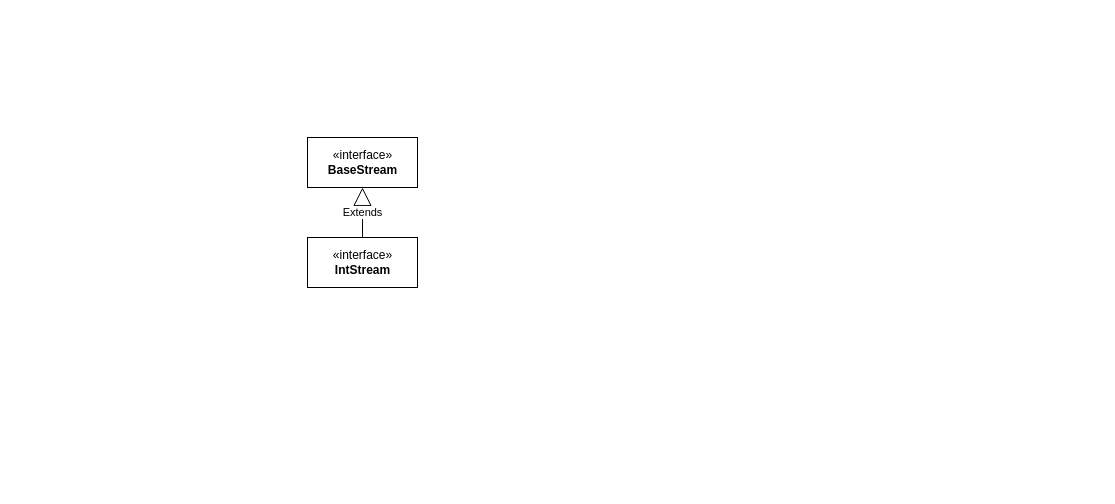
tadsimons/draw keeps this draw.io diagram as page "流" (16 of 16) of JDK.drawio. Above is the earlier version. Source tidied: cells renumbered, new cells numbered last; positions are measured from the earlier drawing's top-left corner, leaving out a move shared by most shapes. Both pictures are drawn from the tidied source at 100%, with x=0, y=0 at pixel (307, 137).
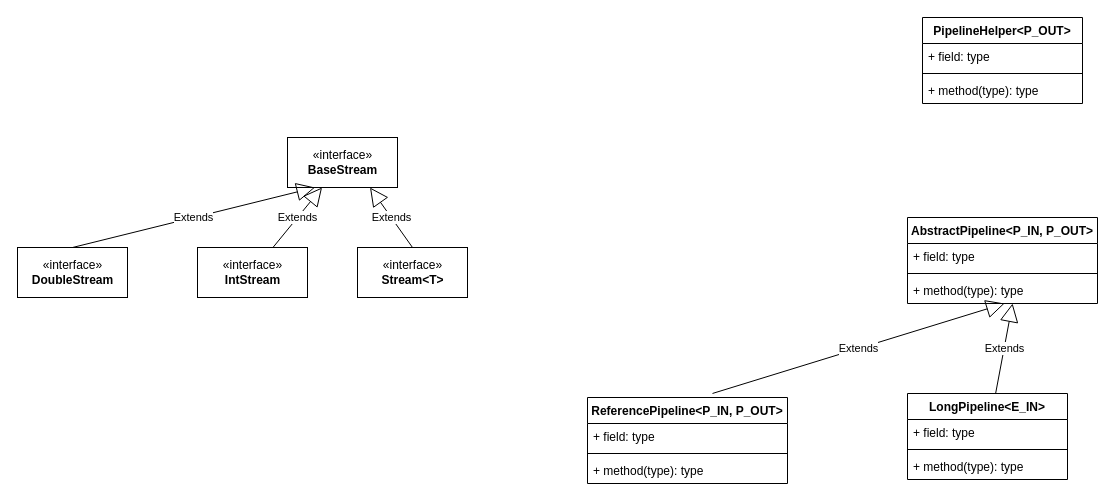
Above is the later version.

Diff of the diagram source:
```diff
@@
     <mxCell id="2" value="«interface»&lt;br&gt;&lt;b&gt;IntStream&lt;/b&gt;" style="html=1;" parent="1" vertex="1">
-      <mxGeometry y="100" width="110" height="50" as="geometry" />
+      <mxGeometry x="-110" y="110" width="110" height="50" as="geometry" />
     </mxCell>
     <mxCell id="3" value="«interface»&lt;br&gt;&lt;b&gt;BaseStream&lt;/b&gt;" style="html=1;" parent="1" vertex="1">
-      <mxGeometry width="110" height="50" as="geometry" />
+      <mxGeometry x="-20" width="110" height="50" as="geometry" />
     </mxCell>
@@
+    <mxCell id="5" value="«interface»&lt;br&gt;&lt;b&gt;Stream&amp;lt;T&amp;gt;&lt;/b&gt;" style="html=1;" parent="1" vertex="1">
+      <mxGeometry x="50" y="110" width="110" height="50" as="geometry" />
+    </mxCell>
+    <mxCell id="6" value="Extends" style="endArrow=block;endSize=16;endFill=0;html=1;entryX=0.75;entryY=1;entryDx=0;entryDy=0;exitX=0.5;exitY=0;exitDx=0;exitDy=0;" parent="1" edge="1" source="5" target="3">
+      <mxGeometry relative="1" as="geometry" />
+    </mxCell>
+    <mxCell id="7" value="«interface»&lt;br&gt;&lt;b&gt;DoubleStream&lt;/b&gt;" style="html=1;" parent="1" vertex="1">
+      <mxGeometry x="-290" y="110" width="110" height="50" as="geometry" />
+    </mxCell>
+    <mxCell id="8" value="Extends" style="endArrow=block;endSize=16;endFill=0;html=1;entryX=0.25;entryY=1;entryDx=0;entryDy=0;exitX=0.5;exitY=0;exitDx=0;exitDy=0;" parent="1" edge="1" source="7" target="3">
+      <mxGeometry relative="1" as="geometry" />
+    </mxCell>
+    <mxCell id="9" value="AbstractPipeline&lt;P_IN, P_OUT&gt;" style="swimlane;fontStyle=1;align=center;verticalAlign=top;horizontal=1;startSize=26;" parent="1" vertex="1">
+      <mxGeometry x="600" y="80" width="190" height="86" as="geometry" />
+    </mxCell>
+    <mxCell id="10" value="+ field: type" style="text;strokeColor=none;fillColor=none;align=left;verticalAlign=top;spacingLeft=4;spacingRight=4;overflow=hidden;" parent="9" vertex="1">
+      <mxGeometry y="26" width="190" height="26" as="geometry" />
+    </mxCell>
+    <mxCell id="11" style="line;strokeWidth=1;fillColor=none;align=left;verticalAlign=middle;spacingTop=-1;spacingLeft=3;spacingRight=3;labelPosition=right;" parent="9" vertex="1">
+      <mxGeometry y="52" width="190" height="8" as="geometry" />
+    </mxCell>
+    <mxCell id="12" value="+ method(type): type" style="text;strokeColor=none;fillColor=none;align=left;verticalAlign=top;spacingLeft=4;spacingRight=4;overflow=hidden;points=[[0,0.5],[1,0.5]];portConstraint=eastwest;" parent="9" vertex="1">
+      <mxGeometry y="60" width="190" height="26" as="geometry" />
+    </mxCell>
+    <mxCell id="13" value="ReferencePipeline&lt;P_IN, P_OUT&gt;" style="swimlane;fontStyle=1;align=center;verticalAlign=top;horizontal=1;startSize=26;" parent="1" vertex="1">
+      <mxGeometry x="280" y="260" width="200" height="86" as="geometry" />
+    </mxCell>
+    <mxCell id="14" value="+ field: type" style="text;strokeColor=none;fillColor=none;align=left;verticalAlign=top;spacingLeft=4;spacingRight=4;overflow=hidden;" parent="13" vertex="1">
+      <mxGeometry y="26" width="200" height="26" as="geometry" />
+    </mxCell>
+    <mxCell id="15" style="line;strokeWidth=1;fillColor=none;align=left;verticalAlign=middle;spacingTop=-1;spacingLeft=3;spacingRight=3;labelPosition=right;" parent="13" vertex="1">
+      <mxGeometry y="52" width="200" height="8" as="geometry" />
+    </mxCell>
+    <mxCell id="16" value="+ method(type): type" style="text;strokeColor=none;fillColor=none;align=left;verticalAlign=top;spacingLeft=4;spacingRight=4;overflow=hidden;" parent="13" vertex="1">
+      <mxGeometry y="60" width="200" height="26" as="geometry" />
+    </mxCell>
+    <mxCell id="17" value="Extends" style="endArrow=block;endSize=16;endFill=0;html=1;entryX=0.511;entryY=1;entryDx=0;entryDy=0;entryPerimeter=0;exitX=0.625;exitY=-0.047;exitDx=0;exitDy=0;exitPerimeter=0;" parent="1" edge="1" source="13" target="12">
+      <mxGeometry relative="1" as="geometry" />
+    </mxCell>
+    <mxCell id="18" value="PipelineHelper&lt;P_OUT&gt;" style="swimlane;fontStyle=1;align=center;verticalAlign=top;horizontal=1;startSize=26;" parent="1" vertex="1">
+      <mxGeometry x="615" y="-120" width="160" height="86" as="geometry" />
+    </mxCell>
+    <mxCell id="19" value="+ field: type" style="text;strokeColor=none;fillColor=none;align=left;verticalAlign=top;spacingLeft=4;spacingRight=4;overflow=hidden;" parent="18" vertex="1">
+      <mxGeometry y="26" width="160" height="26" as="geometry" />
+    </mxCell>
+    <mxCell id="20" style="line;strokeWidth=1;fillColor=none;align=left;verticalAlign=middle;spacingTop=-1;spacingLeft=3;spacingRight=3;labelPosition=right;" parent="18" vertex="1">
+      <mxGeometry y="52" width="160" height="8" as="geometry" />
+    </mxCell>
+    <mxCell id="21" value="+ method(type): type" style="text;strokeColor=none;fillColor=none;align=left;verticalAlign=top;spacingLeft=4;spacingRight=4;overflow=hidden;" parent="18" vertex="1">
+      <mxGeometry y="60" width="160" height="26" as="geometry" />
+    </mxCell>
+    <mxCell id="22" value="LongPipeline&lt;E_IN&gt;" style="swimlane;fontStyle=1;align=center;verticalAlign=top;horizontal=1;startSize=26;" parent="1" vertex="1">
+      <mxGeometry x="600" y="256" width="160" height="86" as="geometry" />
+    </mxCell>
+    <mxCell id="23" value="+ field: type" style="text;strokeColor=none;fillColor=none;align=left;verticalAlign=top;spacingLeft=4;spacingRight=4;overflow=hidden;" parent="22" vertex="1">
+      <mxGeometry y="26" width="160" height="26" as="geometry" />
+    </mxCell>
+    <mxCell id="24" style="line;strokeWidth=1;fillColor=none;align=left;verticalAlign=middle;spacingTop=-1;spacingLeft=3;spacingRight=3;labelPosition=right;" parent="22" vertex="1">
+      <mxGeometry y="52" width="160" height="8" as="geometry" />
+    </mxCell>
+    <mxCell id="25" value="+ method(type): type" style="text;strokeColor=none;fillColor=none;align=left;verticalAlign=top;spacingLeft=4;spacingRight=4;overflow=hidden;" parent="22" vertex="1">
+      <mxGeometry y="60" width="160" height="26" as="geometry" />
+    </mxCell>
+    <mxCell id="26" value="Extends" style="endArrow=block;endSize=16;endFill=0;html=1;entryX=0.553;entryY=1;entryDx=0;entryDy=0;entryPerimeter=0;" parent="1" edge="1" source="22" target="12">
+      <mxGeometry relative="1" as="geometry" />
+    </mxCell>
```
